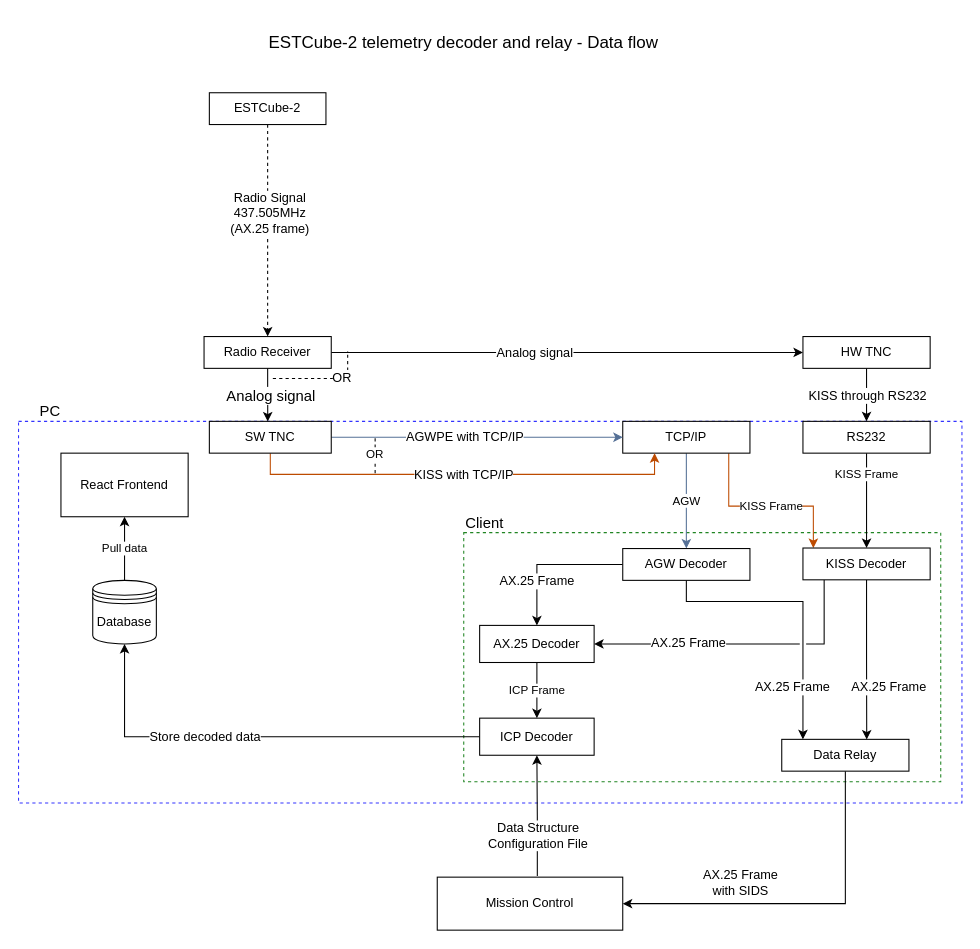
Earlier version of the draw.io diagram page "Data Flow" (3 of 3) of doc/images/data-flow-components.drawio (estcube/Telemetry-Forwarding-Client). Source tidied: cells renumbered, new cells numbered last; positions are measured from the earlier drawing's top-left corner, leaving out a move shared by most shapes. Both pictures are drawn from the tidied source at 106%, with x=0, y=0 at pixel (18, 18).
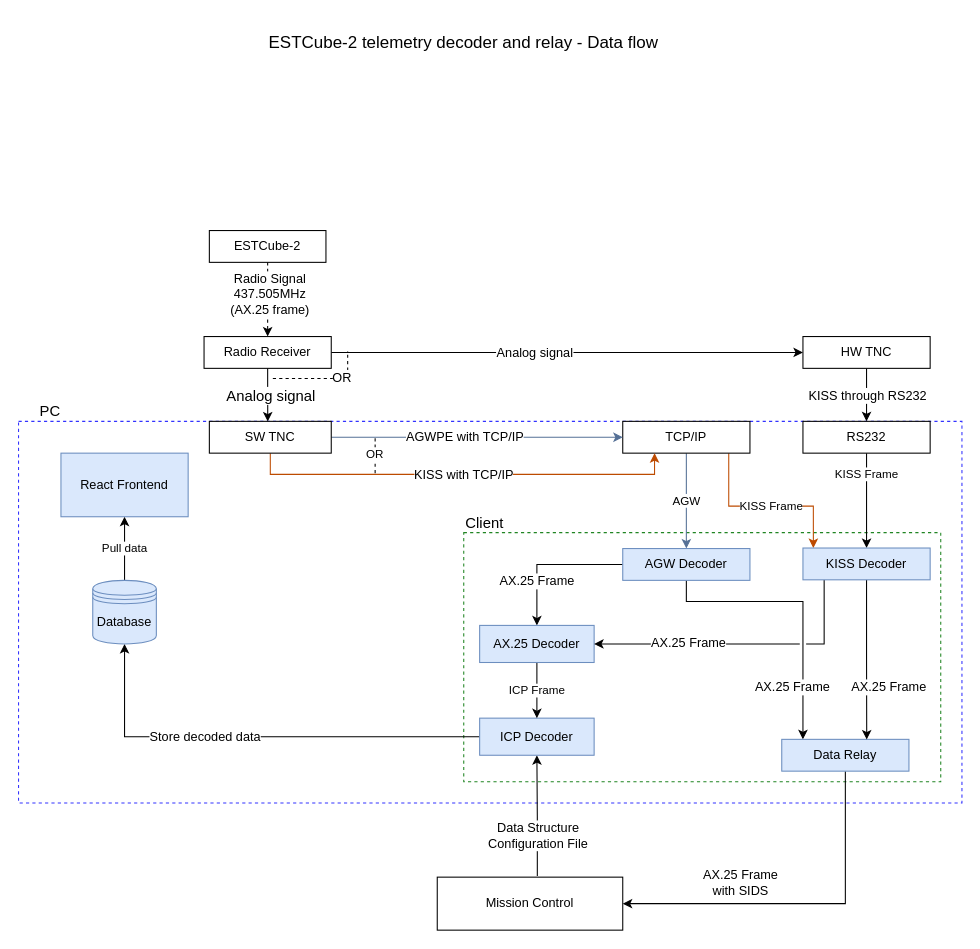
After the change.

Diff of the diagram source:
```diff
@@
     <mxCell id="6" value="ESTCube-2" style="rounded=0;whiteSpace=wrap;html=1;" parent="1" vertex="1">
-      <mxGeometry x="180" y="70" width="110" height="30" as="geometry" />
+      <mxGeometry x="180" y="200" width="110" height="30" as="geometry" />
     </mxCell>
@@
-    <mxCell id="22" value="AGW Decoder" style="rounded=0;whiteSpace=wrap;html=1;" parent="1" vertex="1">
+    <mxCell id="22" value="AGW Decoder" style="rounded=0;whiteSpace=wrap;html=1;fillColor=#dae8fc;strokeColor=#6c8ebf;" parent="1" vertex="1">
       <mxGeometry x="570" y="500" width="120" height="30" as="geometry" />
     </mxCell>
@@
-    <mxCell id="25" value="Data Relay" style="rounded=0;whiteSpace=wrap;html=1;" parent="1" vertex="1">
+    <mxCell id="25" value="Data Relay" style="rounded=0;whiteSpace=wrap;html=1;fillColor=#dae8fc;strokeColor=#6c8ebf;" parent="1" vertex="1">
       <mxGeometry x="720" y="680" width="120" height="30" as="geometry" />
     </mxCell>
@@
-    <mxCell id="31" value="ICP Decoder" style="rounded=0;whiteSpace=wrap;html=1;" parent="1" vertex="1">
+    <mxCell id="31" value="ICP Decoder" style="rounded=0;whiteSpace=wrap;html=1;fillColor=#dae8fc;strokeColor=#6c8ebf;" parent="1" vertex="1">
       <mxGeometry x="435" y="660" width="108" height="35" as="geometry" />
     </mxCell>
@@
-    <mxCell id="33" value="AX.25 Decoder" style="rounded=0;whiteSpace=wrap;html=1;" parent="1" vertex="1">
+    <mxCell id="33" value="AX.25 Decoder" style="rounded=0;whiteSpace=wrap;html=1;fillColor=#dae8fc;strokeColor=#6c8ebf;" parent="1" vertex="1">
       <mxGeometry x="435" y="572.5" width="108" height="35" as="geometry" />
     </mxCell>
@@
-    <mxCell id="35" value="Database" style="shape=datastore;whiteSpace=wrap;html=1;" parent="1" vertex="1">
+    <mxCell id="35" value="Database" style="shape=datastore;whiteSpace=wrap;html=1;fillColor=#dae8fc;strokeColor=#6c8ebf;" parent="1" vertex="1">
       <mxGeometry x="70" y="530" width="60" height="60" as="geometry" />
     </mxCell>
-    <mxCell id="36" value="React Frontend" style="rounded=0;whiteSpace=wrap;html=1;fillColor=#ffffff;gradientColor=none;" parent="1" vertex="1">
+    <mxCell id="36" value="React Frontend" style="rounded=0;whiteSpace=wrap;html=1;fillColor=#dae8fc;strokeColor=#6c8ebf;" parent="1" vertex="1">
       <mxGeometry x="40" y="410" width="120" height="60" as="geometry" />
     </mxCell>
@@
-    <mxCell id="48" value="KISS Decoder" style="rounded=0;whiteSpace=wrap;html=1;" parent="1" vertex="1">
+    <mxCell id="48" value="KISS Decoder" style="rounded=0;whiteSpace=wrap;html=1;fillColor=#dae8fc;strokeColor=#6c8ebf;" parent="1" vertex="1">
       <mxGeometry x="740" y="499.5" width="120" height="30" as="geometry" />
     </mxCell>
```
